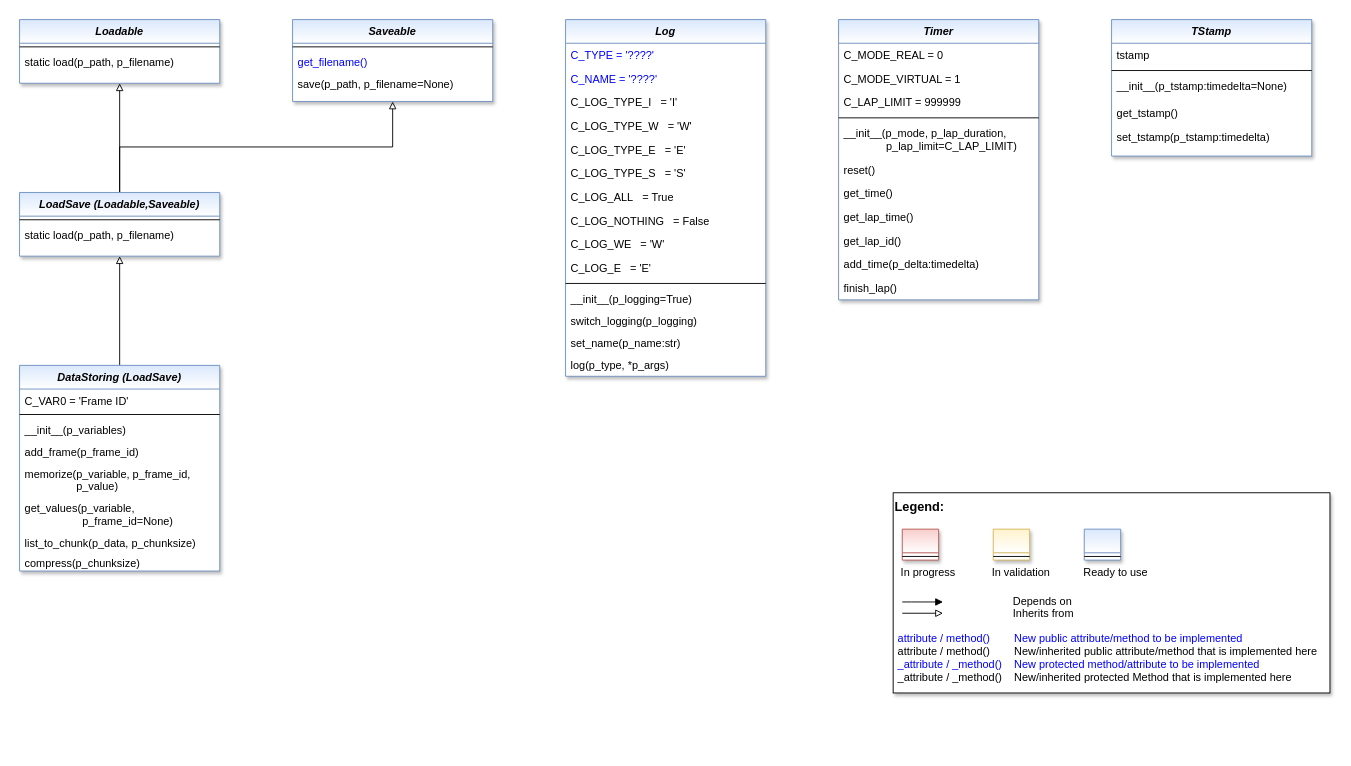
Above: doc/rtd/content/append2/core/images/bf/MLPro-BF-Various_class_diagram.drawio in fhswf/MLPro (draw.io), before the change. Source tidied: cells renumbered, new cells numbered last; positions are measured from the earlier drawing's top-left corner, leaving out a move shared by most shapes. Both pictures are drawn from the tidied source at 91%, with x=0, y=0 at pixel (19, 19).
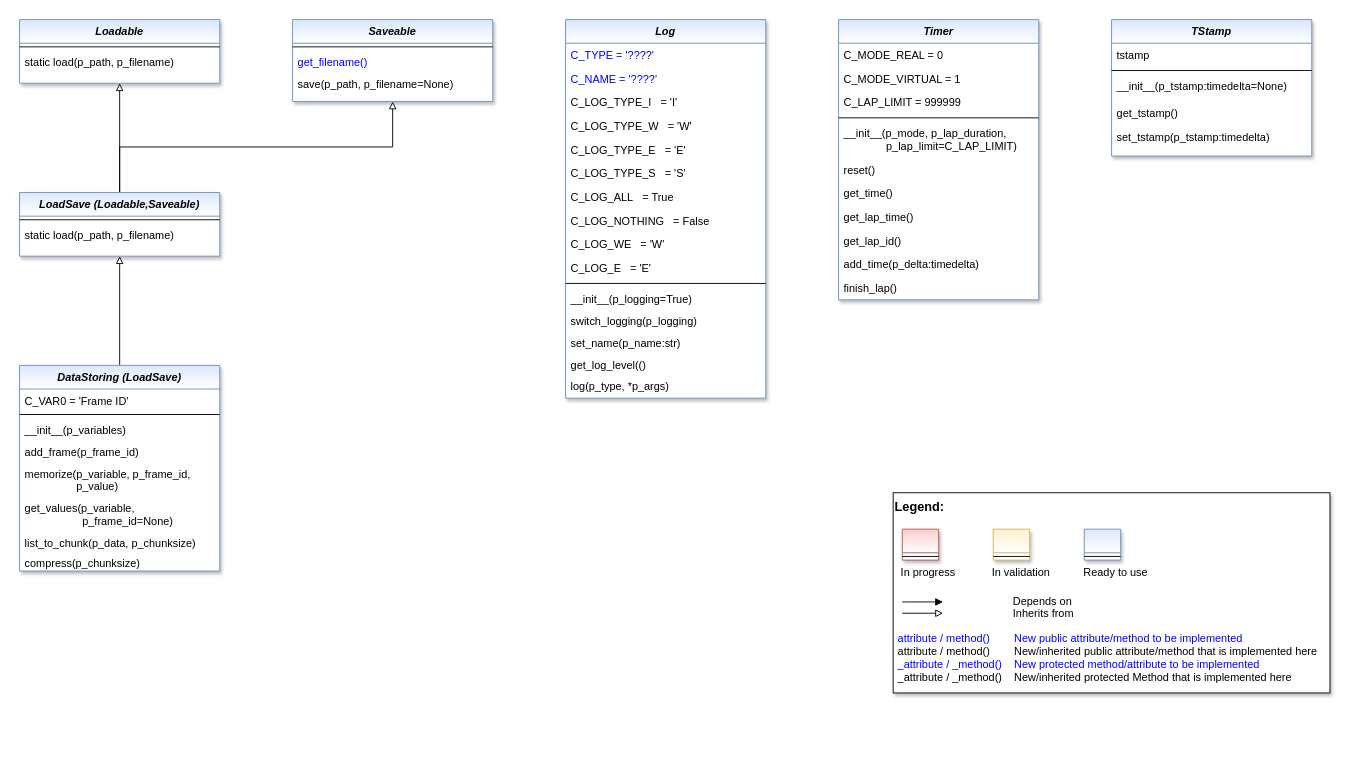
The same diagram, later.

Change to the diagram source:
```diff
@@
     <mxCell id="14" value="Log" style="swimlane;fontStyle=3;align=center;verticalAlign=top;horizontal=1;startSize=26;rounded=0;shadow=1;strokeWidth=1;fillColor=#dae8fc;strokeColor=#6c8ebf;gradientColor=#FFFFFF;swimlaneFillColor=#FFFFFF;" parent="1" vertex="1">
-      <mxGeometry x="600" width="220" height="392" as="geometry" />
+      <mxGeometry x="600" width="220" height="416" as="geometry" />
     </mxCell>
@@
+    <mxCell id="68" value="get_log_level(()" style="text;align=left;verticalAlign=top;spacingLeft=4;spacingRight=4;overflow=hidden;" parent="14" vertex="1">
+      <mxGeometry y="366" width="220" height="24" as="geometry" />
+    </mxCell>
     <mxCell id="29" value="log(p_type, *p_args)" style="text;align=left;verticalAlign=top;spacingLeft=4;spacingRight=4;overflow=hidden;" parent="14" vertex="1">
-      <mxGeometry y="366" width="220" height="26" as="geometry" />
+      <mxGeometry y="390" width="220" height="26" as="geometry" />
     </mxCell>
```
